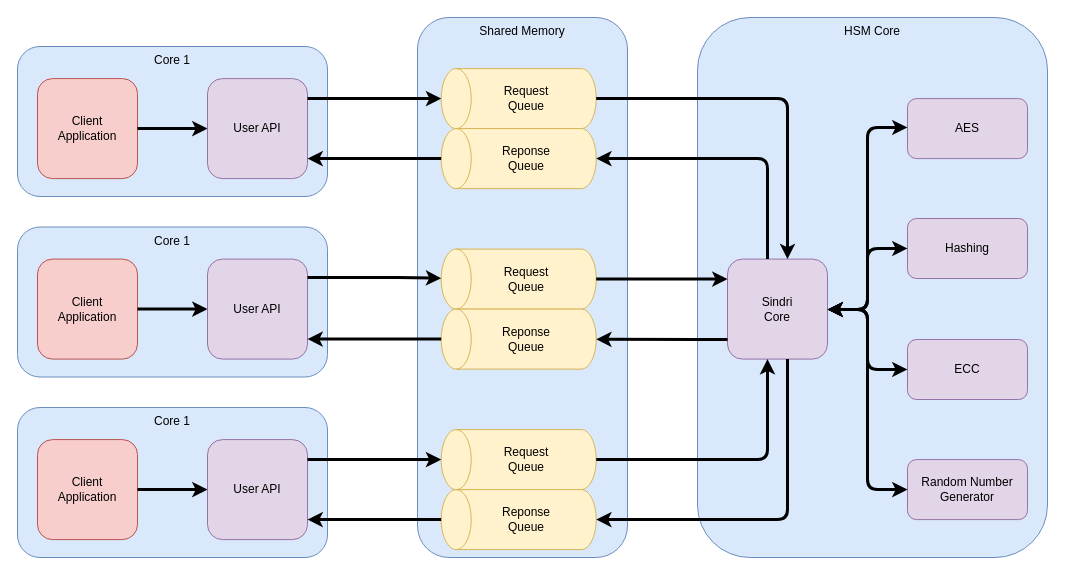
The draw.io diagram doc/img/architecture.drawio in eclipse-heimlig/heimlig, before the edit. Source tidied: cells renumbered, new cells numbered last; positions are measured from the earlier drawing's top-left corner, leaving out a move shared by most shapes. Both pictures are drawn from the tidied source at 100%, with x=0, y=0 at pixel (17, 17).
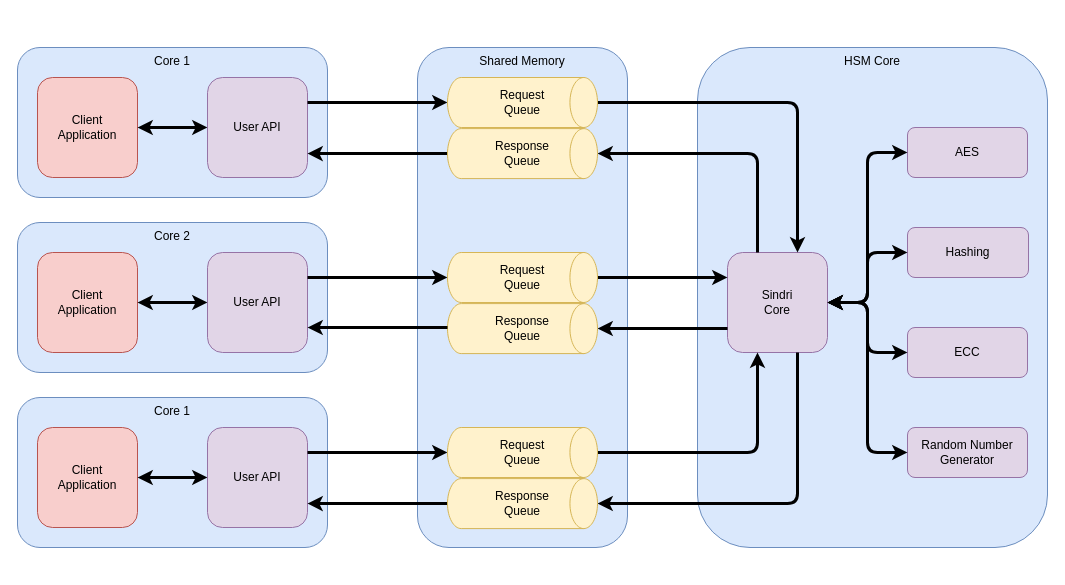
The same diagram, later.

The edit, as a diff of the source:
```diff
@@
     <mxCell id="2" value="Core 1" style="rounded=1;whiteSpace=wrap;html=1;fillColor=#dae8fc;strokeColor=#6c8ebf;verticalAlign=top;" parent="1" vertex="1">
-      <mxGeometry y="29" width="310" height="150" as="geometry" />
+      <mxGeometry y="30" width="310" height="150" as="geometry" />
     </mxCell>
@@
     <mxCell id="4" value="Client&lt;br&gt;Application" style="whiteSpace=wrap;html=1;fillColor=#f8cecc;strokeColor=#b85450;rounded=1;" parent="1" vertex="1">
-      <mxGeometry x="20" y="61.1" width="100" height="100" as="geometry" />
+      <mxGeometry x="20" y="60" width="100" height="100" as="geometry" />
     </mxCell>
-    <mxCell id="5" style="endArrow=classic;html=1;rounded=0;edgeStyle=orthogonalEdgeStyle;strokeWidth=3;" parent="1" edge="1" source="4" target="6">
+    <mxCell id="5" style="endArrow=classic;html=1;rounded=0;edgeStyle=orthogonalEdgeStyle;strokeWidth=3;startArrow=classic;startFill=1;" parent="1" edge="1" source="4" target="6">
       <mxGeometry relative="1" as="geometry" />
     </mxCell>
     <mxCell id="6" value="User API" style="whiteSpace=wrap;html=1;fillColor=#e1d5e7;strokeColor=#9673a6;rounded=1;" parent="1" vertex="1">
-      <mxGeometry x="190" y="61.1" width="100" height="100" as="geometry" />
+      <mxGeometry x="190" y="60" width="100" height="100" as="geometry" />
     </mxCell>
     <mxCell id="7" value="HSM Core" style="rounded=1;whiteSpace=wrap;html=1;fillColor=#dae8fc;strokeColor=#6c8ebf;verticalAlign=top;" parent="1" vertex="1">
-      <mxGeometry x="680" width="350" height="540" as="geometry" />
+      <mxGeometry x="680" y="30" width="350" height="500" as="geometry" />
     </mxCell>
     <mxCell id="8" value="Sindri&lt;br&gt;Core" style="whiteSpace=wrap;html=1;fillColor=#e1d5e7;strokeColor=#9673a6;rounded=1;" parent="1" vertex="1">
-      <mxGeometry x="710" y="241.6" width="100" height="100" as="geometry" />
+      <mxGeometry x="710" y="235" width="100" height="100" as="geometry" />
     </mxCell>
     <mxCell id="9" value="AES" style="rounded=1;whiteSpace=wrap;html=1;fillColor=#e1d5e7;strokeColor=#9673a6;" parent="1" vertex="1">
-      <mxGeometry x="890" y="81.1" width="120" height="60" as="geometry" />
+      <mxGeometry x="890" y="110" width="120" height="50" as="geometry" />
     </mxCell>
     <mxCell id="10" value="Hashing" style="rounded=1;whiteSpace=wrap;html=1;fillColor=#e1d5e7;strokeColor=#9673a6;" parent="1" vertex="1">
-      <mxGeometry x="890" y="201" width="120" height="60" as="geometry" />
+      <mxGeometry x="890" y="210" width="121" height="50" as="geometry" />
     </mxCell>
     <mxCell id="11" value="ECC" style="rounded=1;whiteSpace=wrap;html=1;fillColor=#e1d5e7;strokeColor=#9673a6;" parent="1" vertex="1">
-      <mxGeometry x="890" y="322" width="120" height="60" as="geometry" />
+      <mxGeometry x="890" y="310" width="120" height="50" as="geometry" />
     </mxCell>
     <mxCell id="12" value="Random Number Generator" style="rounded=1;whiteSpace=wrap;html=1;fillColor=#e1d5e7;strokeColor=#9673a6;" parent="1" vertex="1">
-      <mxGeometry x="890" y="442.1" width="120" height="60" as="geometry" />
+      <mxGeometry x="890" y="410" width="120" height="50" as="geometry" />
     </mxCell>
@@
     <mxCell id="14" style="endArrow=classic;html=1;strokeWidth=3;edgeStyle=orthogonalEdgeStyle;startArrow=classic;startFill=1;rounded=1;" parent="1" edge="1" source="9" target="8">
       <mxGeometry relative="1" as="geometry">
         <Array as="points">
-          <mxPoint x="850" y="110" />
-          <mxPoint x="850" y="292" />
+          <mxPoint x="850" y="135" />
+          <mxPoint x="850" y="285" />
         </Array>
       </mxGeometry>
     </mxCell>
-    <mxCell id="15" value="Core 1" style="rounded=1;whiteSpace=wrap;html=1;fillColor=#dae8fc;strokeColor=#6c8ebf;verticalAlign=top;" parent="1" vertex="1">
-      <mxGeometry y="209.5" width="310" height="150" as="geometry" />
-    </mxCell>
-    <mxCell id="16" style="edgeStyle=orthogonalEdgeStyle;rounded=0;orthogonalLoop=1;jettySize=auto;html=1;exitX=0.5;exitY=1;exitDx=0;exitDy=0;startArrow=classic;startFill=1;strokeWidth=2;" parent="1" edge="1" source="15" target="15">
-      <mxGeometry relative="1" as="geometry" />
-    </mxCell>
-    <mxCell id="17" value="Client&lt;br&gt;Application" style="whiteSpace=wrap;html=1;fillColor=#f8cecc;strokeColor=#b85450;rounded=1;" parent="1" vertex="1">
-      <mxGeometry x="20" y="241.6" width="100" height="100" as="geometry" />
-    </mxCell>
-    <mxCell id="18" style="endArrow=classic;html=1;rounded=0;edgeStyle=orthogonalEdgeStyle;strokeWidth=3;" parent="1" edge="1" source="17" target="19">
-      <mxGeometry relative="1" as="geometry" />
-    </mxCell>
-    <mxCell id="19" value="User API" style="whiteSpace=wrap;html=1;fillColor=#e1d5e7;strokeColor=#9673a6;rounded=1;" parent="1" vertex="1">
-      <mxGeometry x="190" y="241.6" width="100" height="100" as="geometry" />
-    </mxCell>
-    <mxCell id="20" value="Core 1" style="rounded=1;whiteSpace=wrap;html=1;fillColor=#dae8fc;strokeColor=#6c8ebf;verticalAlign=top;" parent="1" vertex="1">
-      <mxGeometry y="390" width="310" height="150" as="geometry" />
-    </mxCell>
-    <mxCell id="21" style="edgeStyle=orthogonalEdgeStyle;rounded=0;orthogonalLoop=1;jettySize=auto;html=1;exitX=0.5;exitY=1;exitDx=0;exitDy=0;startArrow=classic;startFill=1;strokeWidth=2;" parent="1" edge="1" source="20" target="20">
-      <mxGeometry relative="1" as="geometry" />
-    </mxCell>
-    <mxCell id="22" value="Client&lt;br&gt;Application" style="whiteSpace=wrap;html=1;fillColor=#f8cecc;strokeColor=#b85450;rounded=1;" parent="1" vertex="1">
-      <mxGeometry x="20" y="422.1" width="100" height="100" as="geometry" />
-    </mxCell>
-    <mxCell id="23" style="endArrow=classic;html=1;rounded=0;edgeStyle=orthogonalEdgeStyle;strokeWidth=3;" parent="1" edge="1" source="22" target="24">
-      <mxGeometry relative="1" as="geometry" />
-    </mxCell>
-    <mxCell id="24" value="User API" style="whiteSpace=wrap;html=1;fillColor=#e1d5e7;strokeColor=#9673a6;rounded=1;" parent="1" vertex="1">
-      <mxGeometry x="190" y="422.1" width="100" height="100" as="geometry" />
-    </mxCell>
     <mxCell id="25" value="Shared Memory" style="rounded=1;whiteSpace=wrap;html=1;fillColor=#dae8fc;strokeColor=#6c8ebf;verticalAlign=top;" parent="1" vertex="1">
-      <mxGeometry x="400" width="210" height="540" as="geometry" />
+      <mxGeometry x="400" y="30" width="210" height="500" as="geometry" />
     </mxCell>
-    <mxCell id="26" style="shape=cylinder3;whiteSpace=wrap;html=1;boundedLbl=1;backgroundOutline=1;size=15;rotation=-90;fillColor=#fff2cc;strokeColor=#d6b656;" parent="1" vertex="1">
-      <mxGeometry x="471.2" y="3.6" width="60" height="155" as="geometry" />
-    </mxCell>
-    <mxCell id="27" value="Request Queue" style="text;html=1;strokeColor=none;fillColor=none;align=center;verticalAlign=middle;whiteSpace=wrap;rounded=0;" parent="1" vertex="1">
-      <mxGeometry x="478.8" y="66.1" width="60" height="30" as="geometry" />
-    </mxCell>
-    <mxCell id="28" style="shape=cylinder3;whiteSpace=wrap;html=1;boundedLbl=1;backgroundOutline=1;size=15;rotation=-90;fillColor=#fff2cc;strokeColor=#d6b656;" parent="1" vertex="1">
-      <mxGeometry x="471.2" y="63.6" width="60" height="155" as="geometry" />
-    </mxCell>
-    <mxCell id="29" value="Reponse Queue" style="text;html=1;strokeColor=none;fillColor=none;align=center;verticalAlign=middle;whiteSpace=wrap;rounded=0;" parent="1" vertex="1">
-      <mxGeometry x="478.8" y="126.1" width="60" height="30" as="geometry" />
-    </mxCell>
-    <mxCell id="30" style="shape=cylinder3;whiteSpace=wrap;html=1;boundedLbl=1;backgroundOutline=1;size=15;rotation=-90;fillColor=#fff2cc;strokeColor=#d6b656;" parent="1" vertex="1">
-      <mxGeometry x="471.2" y="184.1" width="60" height="155" as="geometry" />
-    </mxCell>
-    <mxCell id="31" value="Request Queue" style="text;html=1;strokeColor=none;fillColor=none;align=center;verticalAlign=middle;whiteSpace=wrap;rounded=0;" parent="1" vertex="1">
-      <mxGeometry x="478.8" y="246.6" width="60" height="30" as="geometry" />
-    </mxCell>
-    <mxCell id="32" style="shape=cylinder3;whiteSpace=wrap;html=1;boundedLbl=1;backgroundOutline=1;size=15;rotation=-90;fillColor=#fff2cc;strokeColor=#d6b656;" parent="1" vertex="1">
-      <mxGeometry x="471.2" y="244.1" width="60" height="155" as="geometry" />
-    </mxCell>
-    <mxCell id="33" value="Reponse Queue" style="text;html=1;strokeColor=none;fillColor=none;align=center;verticalAlign=middle;whiteSpace=wrap;rounded=0;" parent="1" vertex="1">
-      <mxGeometry x="478.8" y="306.6" width="60" height="30" as="geometry" />
-    </mxCell>
-    <mxCell id="34" style="shape=cylinder3;whiteSpace=wrap;html=1;boundedLbl=1;backgroundOutline=1;size=15;rotation=-90;fillColor=#fff2cc;strokeColor=#d6b656;" parent="1" vertex="1">
-      <mxGeometry x="471.2" y="364.6" width="60" height="155" as="geometry" />
-    </mxCell>
-    <mxCell id="35" value="Request Queue" style="text;html=1;strokeColor=none;fillColor=none;align=center;verticalAlign=middle;whiteSpace=wrap;rounded=0;" parent="1" vertex="1">
-      <mxGeometry x="478.8" y="427.1" width="60" height="30" as="geometry" />
-    </mxCell>
-    <mxCell id="36" style="shape=cylinder3;whiteSpace=wrap;html=1;boundedLbl=1;backgroundOutline=1;size=15;rotation=-90;fillColor=#fff2cc;strokeColor=#d6b656;" parent="1" vertex="1">
-      <mxGeometry x="471.2" y="424.6" width="60" height="155" as="geometry" />
-    </mxCell>
-    <mxCell id="37" value="Reponse Queue" style="text;html=1;strokeColor=none;fillColor=none;align=center;verticalAlign=middle;whiteSpace=wrap;rounded=0;" parent="1" vertex="1">
-      <mxGeometry x="478.8" y="487.1" width="60" height="30" as="geometry" />
-    </mxCell>
-    <mxCell id="38" style="edgeStyle=orthogonalEdgeStyle;rounded=1;jettySize=auto;html=1;strokeWidth=3;" parent="1" edge="1" source="28" target="6">
+    <mxCell id="38" style="edgeStyle=orthogonalEdgeStyle;rounded=1;jettySize=auto;html=1;strokeWidth=3;" parent="1" edge="1" source="54" target="6">
       <mxGeometry relative="1" as="geometry">
         <Array as="points">
-          <mxPoint x="290" y="141" />
-          <mxPoint x="290" y="141" />
+          <mxPoint x="330" y="136" />
+          <mxPoint x="330" y="136" />
         </Array>
       </mxGeometry>
     </mxCell>
-    <mxCell id="39" style="endArrow=classic;html=1;rounded=1;edgeStyle=orthogonalEdgeStyle;strokeWidth=3;" parent="1" edge="1" source="6" target="26">
+    <mxCell id="39" style="endArrow=classic;html=1;rounded=1;edgeStyle=orthogonalEdgeStyle;strokeWidth=3;" parent="1" edge="1" source="6" target="53">
       <mxGeometry relative="1" as="geometry">
         <Array as="points">
-          <mxPoint x="310" y="81" />
-          <mxPoint x="310" y="81" />
+          <mxPoint x="330" y="85" />
+          <mxPoint x="330" y="85" />
         </Array>
       </mxGeometry>
     </mxCell>
-    <mxCell id="40" style="endArrow=classic;html=1;rounded=1;edgeStyle=orthogonalEdgeStyle;strokeWidth=3;" parent="1" edge="1" source="26" target="8">
+    <mxCell id="40" style="endArrow=classic;html=1;rounded=1;edgeStyle=orthogonalEdgeStyle;strokeWidth=3;" parent="1" edge="1" source="53" target="8">
       <mxGeometry relative="1" as="geometry">
         <Array as="points">
-          <mxPoint x="770" y="81" />
+          <mxPoint x="780" y="85" />
         </Array>
       </mxGeometry>
     </mxCell>
-    <mxCell id="41" style="endArrow=classic;html=1;rounded=1;edgeStyle=orthogonalEdgeStyle;strokeWidth=3;" parent="1" edge="1" source="30" target="8">
+    <mxCell id="41" style="endArrow=classic;html=1;rounded=1;edgeStyle=orthogonalEdgeStyle;strokeWidth=3;" parent="1" edge="1" source="55" target="8">
       <mxGeometry relative="1" as="geometry">
         <Array as="points">
-          <mxPoint x="680" y="262" />
-          <mxPoint x="680" y="262" />
+          <mxPoint x="670" y="260" />
+          <mxPoint x="670" y="260" />
         </Array>
       </mxGeometry>
     </mxCell>
-    <mxCell id="42" style="endArrow=classic;html=1;rounded=1;edgeStyle=orthogonalEdgeStyle;strokeWidth=3;" parent="1" edge="1" source="8" target="32">
+    <mxCell id="42" style="endArrow=classic;html=1;rounded=1;edgeStyle=orthogonalEdgeStyle;strokeWidth=3;" parent="1" edge="1" source="8" target="56">
       <mxGeometry relative="1" as="geometry">
         <Array as="points">
-          <mxPoint x="690" y="322" />
-          <mxPoint x="690" y="322" />
+          <mxPoint x="680" y="311" />
+          <mxPoint x="680" y="311" />
         </Array>
       </mxGeometry>
     </mxCell>
-    <mxCell id="43" style="endArrow=classic;html=1;rounded=1;strokeWidth=3;edgeStyle=orthogonalEdgeStyle;" parent="1" edge="1" source="8" target="28">
+    <mxCell id="43" style="endArrow=classic;html=1;rounded=1;strokeWidth=3;edgeStyle=orthogonalEdgeStyle;" parent="1" edge="1" source="8" target="54">
       <mxGeometry relative="1" as="geometry">
         <Array as="points">
-          <mxPoint x="750" y="141" />
+          <mxPoint x="740" y="136" />
         </Array>
       </mxGeometry>
     </mxCell>
-    <mxCell id="44" style="endArrow=classic;html=1;rounded=1;strokeWidth=3;edgeStyle=orthogonalEdgeStyle;" parent="1" edge="1" source="34" target="8">
+    <mxCell id="44" style="endArrow=classic;html=1;rounded=1;strokeWidth=3;edgeStyle=orthogonalEdgeStyle;" parent="1" edge="1" source="69" target="8">
       <mxGeometry relative="1" as="geometry">
         <Array as="points">
-          <mxPoint x="750" y="442" />
+          <mxPoint x="740" y="435" />
         </Array>
       </mxGeometry>
     </mxCell>
-    <mxCell id="45" style="endArrow=classic;html=1;rounded=1;strokeWidth=3;edgeStyle=orthogonalEdgeStyle;" parent="1" edge="1" source="8" target="36">
+    <mxCell id="45" style="endArrow=classic;html=1;rounded=1;strokeWidth=3;edgeStyle=orthogonalEdgeStyle;" parent="1" edge="1" source="8" target="70">
       <mxGeometry relative="1" as="geometry">
         <Array as="points">
-          <mxPoint x="770" y="502" />
+          <mxPoint x="780" y="486" />
         </Array>
       </mxGeometry>
     </mxCell>
     <mxCell id="46" style="endArrow=classic;html=1;strokeWidth=3;edgeStyle=orthogonalEdgeStyle;startArrow=classic;startFill=1;rounded=1;" parent="1" edge="1" source="10" target="8">
       <mxGeometry relative="1" as="geometry">
         <Array as="points">
-          <mxPoint x="850" y="231" />
-          <mxPoint x="850" y="292" />
+          <mxPoint x="850" y="235" />
+          <mxPoint x="850" y="285" />
         </Array>
       </mxGeometry>
     </mxCell>
     <mxCell id="47" style="endArrow=classic;html=1;strokeWidth=3;edgeStyle=orthogonalEdgeStyle;startArrow=classic;startFill=1;rounded=1;" parent="1" edge="1" source="11" target="8">
       <mxGeometry relative="1" as="geometry">
         <Array as="points">
-          <mxPoint x="850" y="352" />
-          <mxPoint x="850" y="292" />
+          <mxPoint x="850" y="335" />
+          <mxPoint x="850" y="285" />
         </Array>
       </mxGeometry>
     </mxCell>
     <mxCell id="48" style="endArrow=classic;html=1;strokeWidth=3;edgeStyle=orthogonalEdgeStyle;startArrow=classic;startFill=1;rounded=1;" parent="1" edge="1" source="12" target="8">
       <mxGeometry relative="1" as="geometry">
         <Array as="points">
-          <mxPoint x="850" y="472" />
-          <mxPoint x="850" y="292" />
+          <mxPoint x="850" y="435" />
+          <mxPoint x="850" y="285" />
         </Array>
       </mxGeometry>
     </mxCell>
+    <mxCell id="53" value="Request&lt;br&gt;Queue" style="strokeWidth=1;html=1;shape=mxgraph.flowchart.direct_data;whiteSpace=wrap;rounded=0;fillColor=#fff2cc;strokeColor=#d6b656;" parent="1" vertex="1">
+      <mxGeometry x="430" y="60" width="150" height="50" as="geometry" />
+    </mxCell>
+    <mxCell id="54" value="Response&lt;br&gt;Queue" style="strokeWidth=1;html=1;shape=mxgraph.flowchart.direct_data;whiteSpace=wrap;rounded=0;fillColor=#fff2cc;strokeColor=#d6b656;" parent="1" vertex="1">
+      <mxGeometry x="430" y="111.1" width="150" height="50" as="geometry" />
+    </mxCell>
+    <mxCell id="55" value="Request&lt;br&gt;Queue" style="strokeWidth=1;html=1;shape=mxgraph.flowchart.direct_data;whiteSpace=wrap;rounded=0;fillColor=#fff2cc;strokeColor=#d6b656;" parent="1" vertex="1">
+      <mxGeometry x="430" y="235" width="150" height="50" as="geometry" />
+    </mxCell>
+    <mxCell id="56" value="Response&lt;br&gt;Queue" style="strokeWidth=1;html=1;shape=mxgraph.flowchart.direct_data;whiteSpace=wrap;rounded=0;fillColor=#fff2cc;strokeColor=#d6b656;" parent="1" vertex="1">
+      <mxGeometry x="430" y="286.1" width="150" height="50" as="geometry" />
+    </mxCell>
+    <mxCell id="57" value="Core 2" style="rounded=1;whiteSpace=wrap;html=1;fillColor=#dae8fc;strokeColor=#6c8ebf;verticalAlign=top;" parent="1" vertex="1">
+      <mxGeometry y="205" width="310" height="150" as="geometry" />
+    </mxCell>
+    <mxCell id="58" style="edgeStyle=orthogonalEdgeStyle;rounded=0;orthogonalLoop=1;jettySize=auto;html=1;exitX=0.5;exitY=1;exitDx=0;exitDy=0;startArrow=classic;startFill=1;strokeWidth=2;" parent="1" edge="1">
+      <mxGeometry relative="1" as="geometry">
+        <mxPoint x="155" y="356" as="sourcePoint" />
+        <mxPoint x="155" y="356" as="targetPoint" />
+      </mxGeometry>
+    </mxCell>
+    <mxCell id="59" value="Client&lt;br&gt;Application" style="whiteSpace=wrap;html=1;fillColor=#f8cecc;strokeColor=#b85450;rounded=1;" parent="1" vertex="1">
+      <mxGeometry x="20" y="235" width="100" height="100" as="geometry" />
+    </mxCell>
+    <mxCell id="60" style="endArrow=classic;html=1;rounded=0;edgeStyle=orthogonalEdgeStyle;strokeWidth=3;startArrow=classic;startFill=1;" parent="1" edge="1" source="59" target="61">
+      <mxGeometry relative="1" as="geometry" />
+    </mxCell>
+    <mxCell id="61" value="User API" style="whiteSpace=wrap;html=1;fillColor=#e1d5e7;strokeColor=#9673a6;rounded=1;" parent="1" vertex="1">
+      <mxGeometry x="190" y="235" width="100" height="100" as="geometry" />
+    </mxCell>
-    <mxCell id="49" style="endArrow=classic;html=1;rounded=1;edgeStyle=orthogonalEdgeStyle;strokeWidth=3;" parent="1" edge="1" source="19" target="30">
+    <mxCell id="49" style="endArrow=classic;html=1;rounded=1;edgeStyle=orthogonalEdgeStyle;strokeWidth=3;" parent="1" edge="1" source="61" target="55">
       <mxGeometry relative="1" as="geometry">
         <Array as="points">
-          <mxPoint x="370" y="260" />
-          <mxPoint x="370" y="260" />
+          <mxPoint x="320" y="260" />
+          <mxPoint x="320" y="260" />
         </Array>
       </mxGeometry>
     </mxCell>
-    <mxCell id="50" style="endArrow=classic;html=1;rounded=1;edgeStyle=orthogonalEdgeStyle;strokeWidth=3;" parent="1" edge="1" source="24" target="34">
-      <mxGeometry relative="1" as="geometry">
-        <Array as="points">
-          <mxPoint x="350" y="442" />
-          <mxPoint x="350" y="442" />
-        </Array>
-      </mxGeometry>
-    </mxCell>
-    <mxCell id="51" style="edgeStyle=orthogonalEdgeStyle;rounded=1;jettySize=auto;html=1;strokeWidth=3;" parent="1" edge="1" source="32" target="19">
+    <mxCell id="51" style="edgeStyle=orthogonalEdgeStyle;rounded=1;jettySize=auto;html=1;strokeWidth=3;" parent="1" edge="1" source="56" target="61">
       <mxGeometry relative="1" as="geometry">
         <Array as="points">
-          <mxPoint x="320" y="322" />
-          <mxPoint x="320" y="322" />
+          <mxPoint x="400" y="310" />
+          <mxPoint x="400" y="310" />
         </Array>
       </mxGeometry>
     </mxCell>
-    <mxCell id="52" style="edgeStyle=orthogonalEdgeStyle;rounded=1;jettySize=auto;html=1;strokeWidth=3;" parent="1" edge="1" source="36" target="24">
-      <mxGeometry relative="1" as="geometry">
-        <Array as="points">
-          <mxPoint x="370" y="502" />
-          <mxPoint x="370" y="502" />
-        </Array>
-      </mxGeometry>
-    </mxCell>
+    <mxCell id="62" value="Core 1" style="rounded=1;whiteSpace=wrap;html=1;fillColor=#dae8fc;strokeColor=#6c8ebf;verticalAlign=top;" parent="1" vertex="1">
+      <mxGeometry y="380" width="310" height="150" as="geometry" />
+    </mxCell>
+    <mxCell id="63" style="edgeStyle=orthogonalEdgeStyle;rounded=0;orthogonalLoop=1;jettySize=auto;html=1;exitX=0.5;exitY=1;exitDx=0;exitDy=0;startArrow=classic;startFill=1;strokeWidth=2;" parent="1" edge="1" source="62" target="62">
+      <mxGeometry relative="1" as="geometry" />
+    </mxCell>
+    <mxCell id="64" value="Client&lt;br&gt;Application" style="whiteSpace=wrap;html=1;fillColor=#f8cecc;strokeColor=#b85450;rounded=1;" parent="1" vertex="1">
+      <mxGeometry x="20" y="410" width="100" height="100" as="geometry" />
+    </mxCell>
+    <mxCell id="65" style="endArrow=classic;html=1;rounded=0;edgeStyle=orthogonalEdgeStyle;strokeWidth=3;startArrow=classic;startFill=1;" parent="1" edge="1" source="64" target="66">
+      <mxGeometry relative="1" as="geometry" />
+    </mxCell>
+    <mxCell id="66" value="User API" style="whiteSpace=wrap;html=1;fillColor=#e1d5e7;strokeColor=#9673a6;rounded=1;" parent="1" vertex="1">
+      <mxGeometry x="190" y="410" width="100" height="100" as="geometry" />
+    </mxCell>
+    <mxCell id="67" style="edgeStyle=orthogonalEdgeStyle;rounded=1;jettySize=auto;html=1;strokeWidth=3;" parent="1" edge="1" source="70" target="66">
+      <mxGeometry relative="1" as="geometry">
+        <Array as="points">
+          <mxPoint x="330" y="486" />
+          <mxPoint x="330" y="486" />
+        </Array>
+      </mxGeometry>
+    </mxCell>
+    <mxCell id="68" style="endArrow=classic;html=1;rounded=1;edgeStyle=orthogonalEdgeStyle;strokeWidth=3;" parent="1" edge="1" source="66" target="69">
+      <mxGeometry relative="1" as="geometry">
+        <Array as="points">
+          <mxPoint x="330" y="435" />
+          <mxPoint x="330" y="435" />
+        </Array>
+      </mxGeometry>
+    </mxCell>
+    <mxCell id="69" value="Request&lt;br&gt;Queue" style="strokeWidth=1;html=1;shape=mxgraph.flowchart.direct_data;whiteSpace=wrap;rounded=0;fillColor=#fff2cc;strokeColor=#d6b656;" parent="1" vertex="1">
+      <mxGeometry x="430" y="410" width="150" height="50" as="geometry" />
+    </mxCell>
+    <mxCell id="70" value="Response&lt;br&gt;Queue" style="strokeWidth=1;html=1;shape=mxgraph.flowchart.direct_data;whiteSpace=wrap;rounded=0;fillColor=#fff2cc;strokeColor=#d6b656;" parent="1" vertex="1">
+      <mxGeometry x="430" y="461.1" width="150" height="50" as="geometry" />
+    </mxCell>
```
